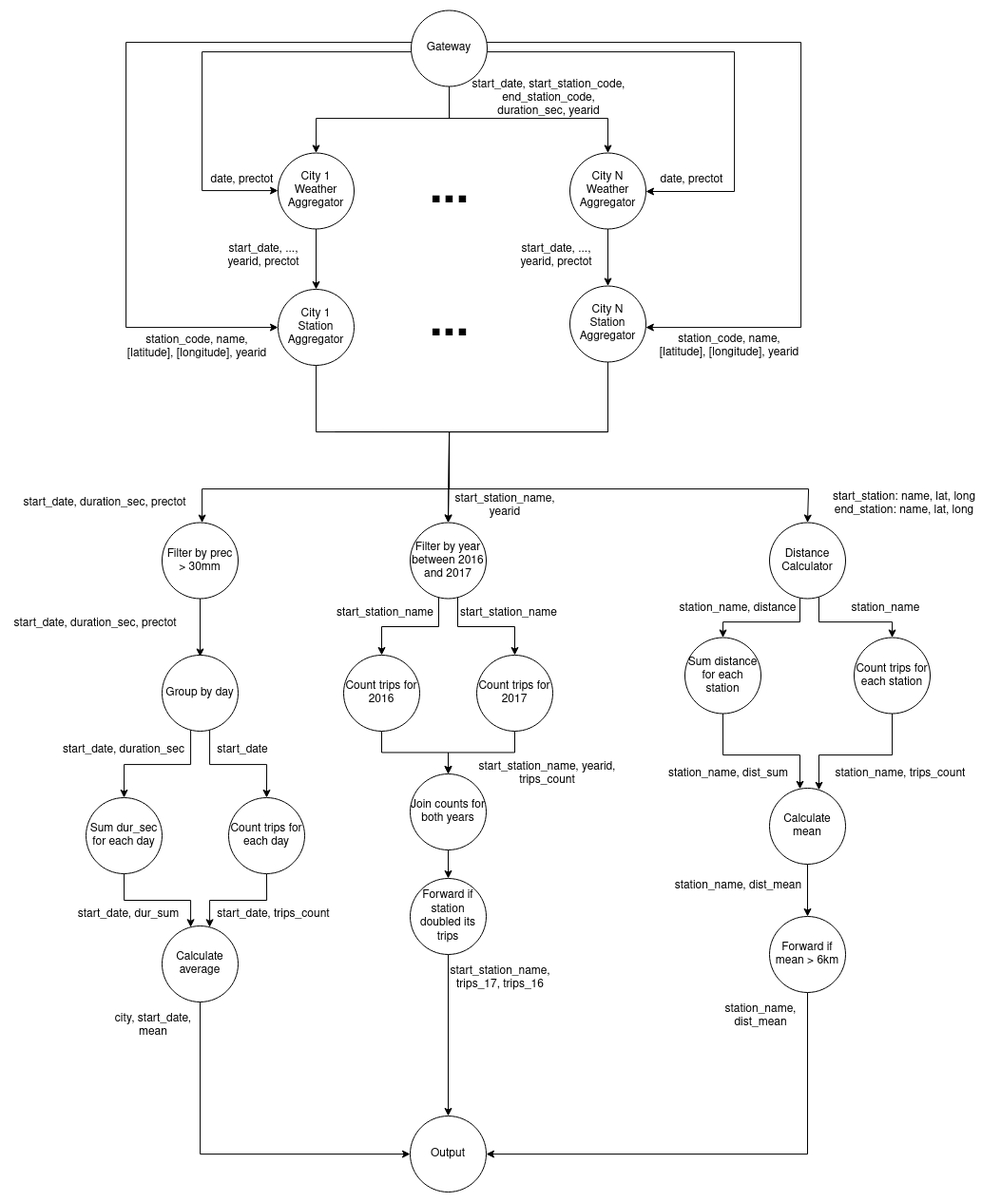
Above: docs/dag.png in efoppiano/dist1_tp1 (draw.io), before the change. Source tidied: cells renumbered, new cells last; positions are measured from the earlier drawing's top-left corner, leaving out a move shared by most shapes.
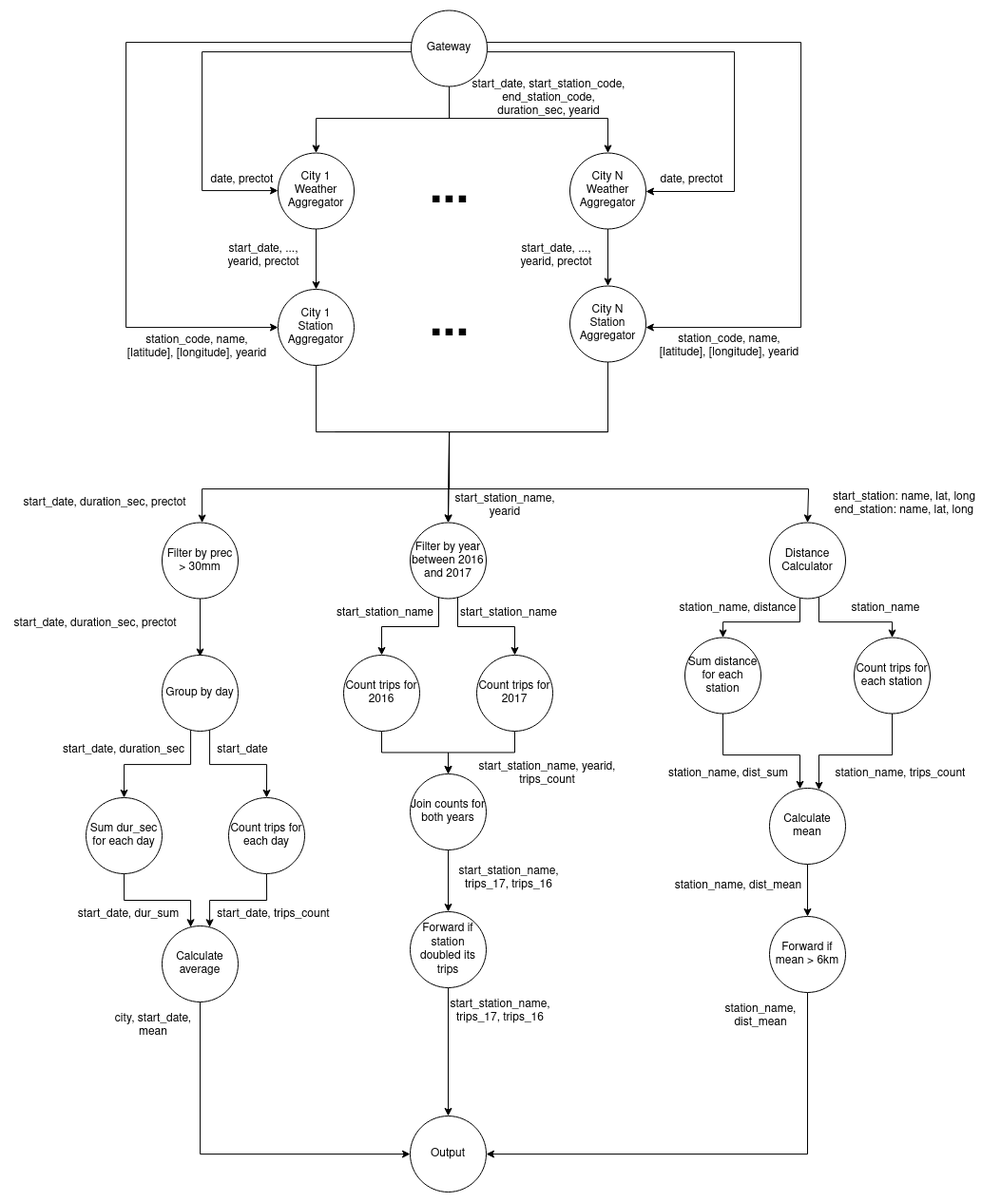
After the commit.

The edit, as a diff of the source:
```diff
@@ -276,10 +276,8 @@
     <mxCell id="59" value="start_station_name " style="text;html=1;strokeColor=none;fillColor=none;align=center;verticalAlign=middle;whiteSpace=wrap;rounded=0;" parent="1" vertex="1">
       <mxGeometry x="470" y="620" width="110" height="30" as="geometry" />
     </mxCell>
-    <mxCell id="60" style="edgeStyle=orthogonalEdgeStyle;shape=connector;rounded=0;jettySize=auto;html=1;labelBackgroundColor=default;strokeColor=default;fontFamily=Helvetica;fontSize=11;fontColor=default;endArrow=classic;" parent="1" edge="1" source="61">
-      <mxGeometry relative="1" as="geometry">
-        <mxPoint x="461" y="914" as="targetPoint" />
-      </mxGeometry>
+    <mxCell id="60" style="edgeStyle=orthogonalEdgeStyle;shape=connector;rounded=0;jettySize=auto;html=1;labelBackgroundColor=default;strokeColor=default;fontFamily=Helvetica;fontSize=11;fontColor=default;endArrow=classic;" parent="1" edge="1" source="61" target="64">
+      <mxGeometry relative="1" as="geometry" />
     </mxCell>
     <mxCell id="61" value="Join counts for both years" style="ellipse;whiteSpace=wrap;html=1;" parent="1" vertex="1">
       <mxGeometry x="421" y="804" width="80" height="80" as="geometry" />
@@ -291,7 +289,7 @@
       <mxGeometry relative="1" as="geometry" />
     </mxCell>
     <mxCell id="64" value="Forward if station doubled its trips" style="ellipse;whiteSpace=wrap;html=1;" parent="1" vertex="1">
-      <mxGeometry x="421" y="914" width="80" height="80" as="geometry" />
+      <mxGeometry x="421" y="949" width="80" height="80" as="geometry" />
     </mxCell>
     <mxCell id="65" style="edgeStyle=orthogonalEdgeStyle;shape=connector;rounded=0;jettySize=auto;html=1;labelBackgroundColor=default;strokeColor=default;fontFamily=Helvetica;fontSize=11;fontColor=default;endArrow=classic;" parent="1" edge="1" source="66" target="71">
       <mxGeometry relative="1" as="geometry">
@@ -350,10 +348,13 @@
       <mxGeometry x="101" y="1054" width="100" height="30" as="geometry" />
     </mxCell>
     <mxCell id="79" value="&lt;div&gt;start_station_name,&lt;/div&gt;&lt;div&gt;trips_17, trips_16&lt;/div&gt;" style="text;html=1;strokeColor=none;fillColor=none;align=center;verticalAlign=middle;whiteSpace=wrap;rounded=0;" parent="1" vertex="1">
-      <mxGeometry x="461" y="1004" width="110" height="30" as="geometry" />
+      <mxGeometry x="461" y="1039" width="110" height="30" as="geometry" />
     </mxCell>
     <mxCell id="80" value="station_name, dist_mean" style="text;html=1;strokeColor=none;fillColor=none;align=center;verticalAlign=middle;whiteSpace=wrap;rounded=0;" parent="1" vertex="1">
       <mxGeometry x="730" y="1044" width="120" height="30" as="geometry" />
     </mxCell>
+    <mxCell id="81" value="&lt;div&gt;start_station_name,&lt;/div&gt;&lt;div&gt;trips_17, trips_16&lt;/div&gt;" style="text;html=1;strokeColor=none;fillColor=none;align=center;verticalAlign=middle;whiteSpace=wrap;rounded=0;" parent="1" vertex="1">
+      <mxGeometry x="470" y="899" width="110" height="30" as="geometry" />
+    </mxCell>
   </root>
 </mxGraphModel>
```
